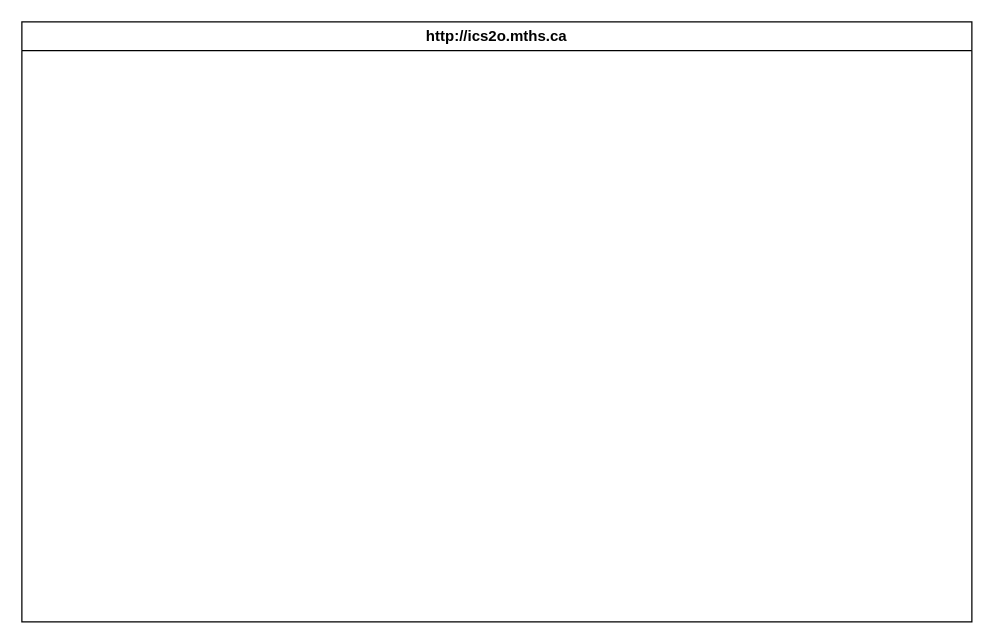
The draw.io diagram design/storyboard.drawio in MTHS-ICD2O-1-2023/ICD2O-Unit-5-01-kai-nguyen-4, before the edit. Source tidied: cells renumbered, new cells numbered last; positions are measured from the earlier drawing's top-left corner, leaving out a move shared by most shapes. Both pictures are drawn from the tidied source at 125%, with x=0, y=0 at pixel (21, 21).
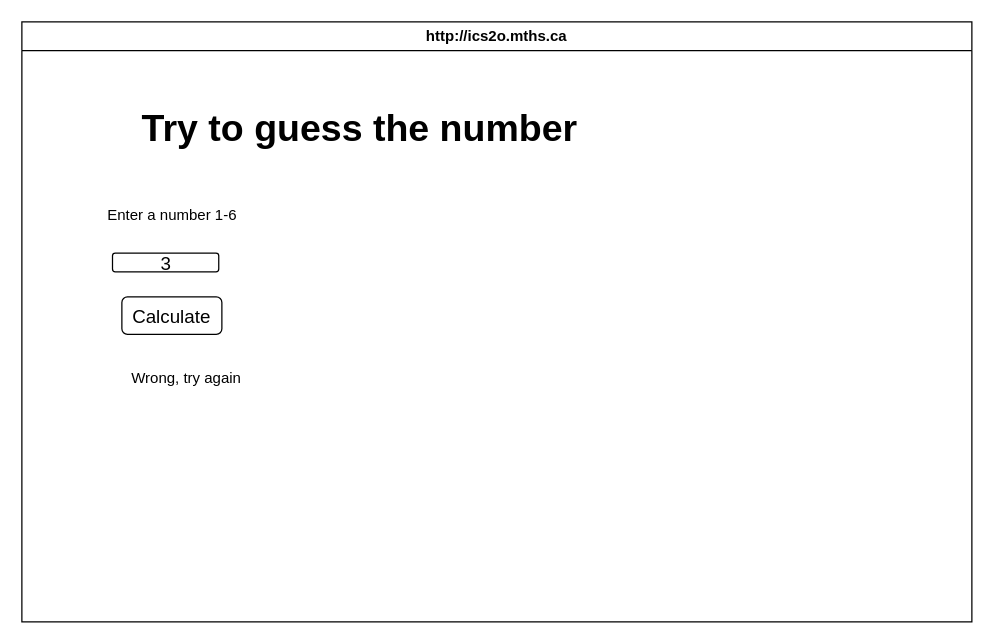
After the change.

The edit, as a diff of the source:
```diff
@@
 <mxGraphModel>
   <root>
     <mxCell id="0" />
     <mxCell id="1" parent="0" />
     <mxCell id="2" value="http://ics2o.mths.ca" style="swimlane;whiteSpace=wrap;html=1;" parent="1" vertex="1">
       <mxGeometry width="760" height="480" as="geometry" />
     </mxCell>
+    <mxCell id="3" value="Enter a number 1-6" style="text;html=1;align=center;verticalAlign=middle;strokeColor=none;fillColor=none;" parent="2" vertex="1">
+      <mxGeometry x="55" y="140" width="130" height="30" as="geometry" />
+    </mxCell>
+    <mxCell id="4" value="Wrong, try again&amp;nbsp;" style="text;html=1;align=center;verticalAlign=middle;strokeColor=none;fillColor=none;" parent="2" vertex="1">
+      <mxGeometry x="72.5" y="270" width="120" height="30" as="geometry" />
+    </mxCell>
+    <mxCell id="5" value="&lt;h1&gt;Try to guess the number&lt;/h1&gt;" style="text;html=1;align=center;verticalAlign=middle;strokeColor=none;fillColor=none;fontSize=15;" parent="1" vertex="1">
+      <mxGeometry x="85" y="40" width="370" height="90" as="geometry" />
+    </mxCell>
+    <mxCell id="6" value="Calculate" style="rounded=1;whiteSpace=wrap;html=1;fontSize=15;" parent="1" vertex="1">
+      <mxGeometry x="80" y="220" width="80" height="30" as="geometry" />
+    </mxCell>
+    <mxCell id="7" value="3" style="rounded=1;whiteSpace=wrap;html=1;fontSize=15;" parent="1" vertex="1">
+      <mxGeometry x="72.5" y="185" width="85" height="15" as="geometry" />
+    </mxCell>
   </root>
 </mxGraphModel>
```
